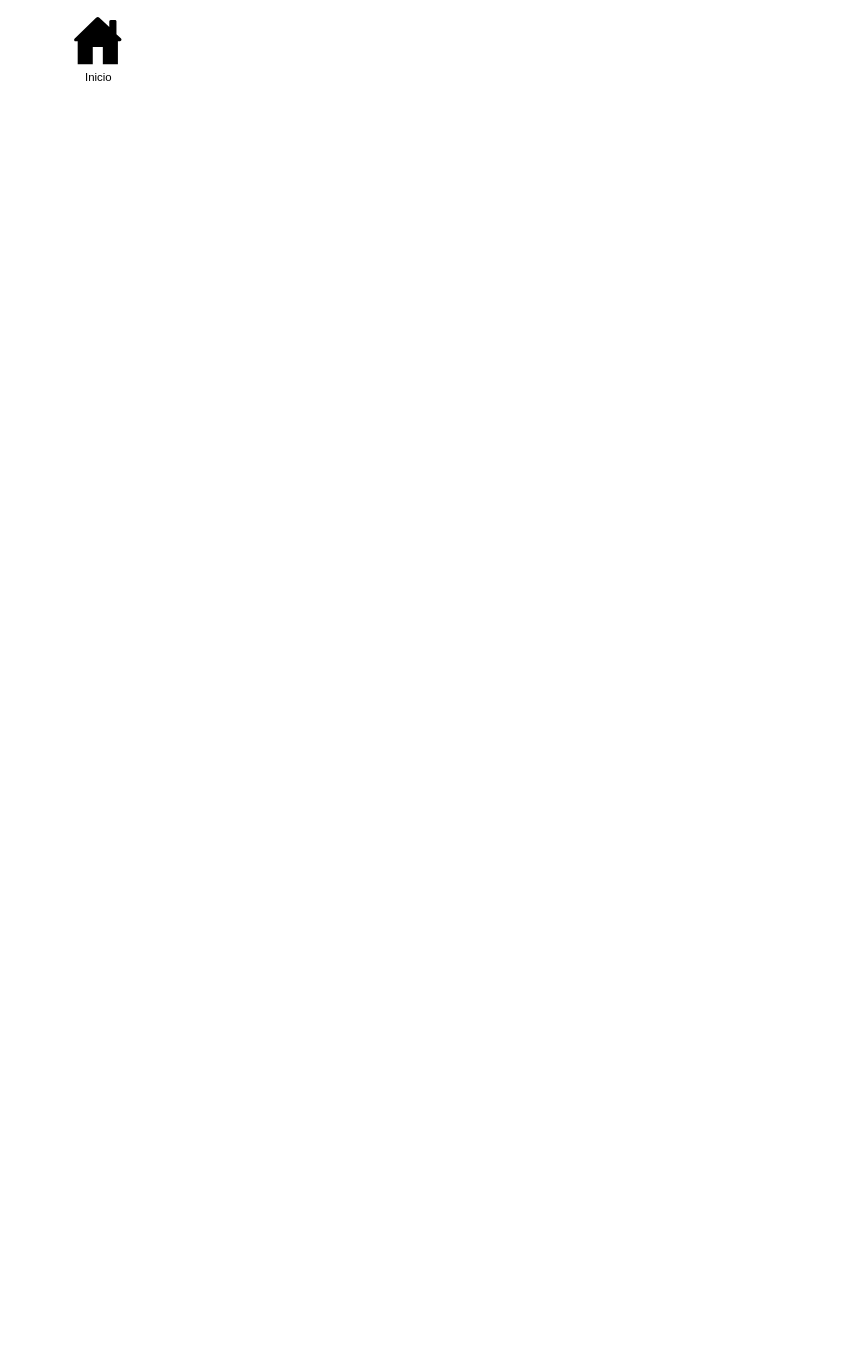
fenahurtado/flutist keeps this draw.io diagram as page "Proceso Comunicaciones" (4 of 12) of code_diagram.drawio. Above is the earlier version. Source tidied: cells renumbered, new cells numbered last; positions are measured from the earlier drawing's top-left corner, leaving out a move shared by most shapes. Both pictures are drawn from the tidied source at 95%, with x=0, y=0 at pixel (73, 16).
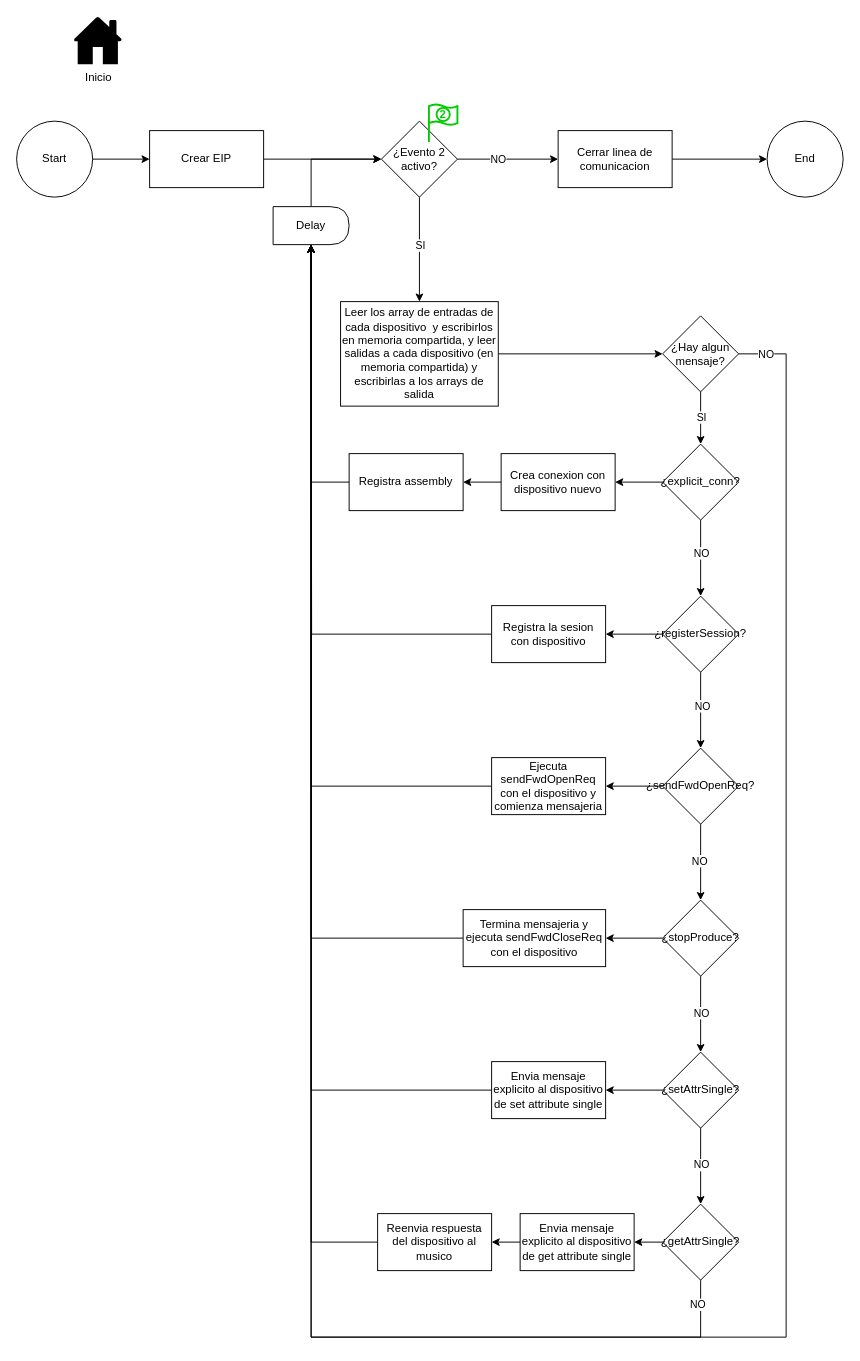
Above is the later version.

Change to the diagram source:
```diff
@@
+    <mxCell id="3" style="edgeStyle=orthogonalEdgeStyle;rounded=0;jettySize=auto;html=1;exitX=1;exitY=0.5;exitDx=0;exitDy=0;entryX=0;entryY=0.5;entryDx=0;entryDy=0;" parent="1" edge="1" source="4" target="11">
+      <mxGeometry relative="1" as="geometry" />
+    </mxCell>
+    <mxCell id="4" value="Crear EIP" style="rounded=0;whiteSpace=wrap;html=1;" parent="1" vertex="1">
+      <mxGeometry x="80" y="120" width="120" height="60" as="geometry" />
+    </mxCell>
+    <mxCell id="5" style="edgeStyle=orthogonalEdgeStyle;rounded=0;jettySize=auto;html=1;exitX=1;exitY=0.5;exitDx=0;exitDy=0;entryX=0;entryY=0.5;entryDx=0;entryDy=0;" parent="1" edge="1" source="6" target="4">
+      <mxGeometry relative="1" as="geometry" />
+    </mxCell>
+    <mxCell id="6" value="Start" style="ellipse;whiteSpace=wrap;html=1;" parent="1" vertex="1">
+      <mxGeometry x="-60" y="110" width="80" height="80" as="geometry" />
+    </mxCell>
+    <mxCell id="7" style="edgeStyle=orthogonalEdgeStyle;rounded=0;jettySize=auto;html=1;" parent="1" edge="1" source="11" target="16">
+      <mxGeometry relative="1" as="geometry" />
+    </mxCell>
+    <mxCell id="8" value="NO" style="edgeLabel;html=1;align=center;verticalAlign=middle;" parent="7" vertex="1">
+      <mxGeometry x="-0.21" relative="1" as="geometry" />
+    </mxCell>
+    <mxCell id="9" style="edgeStyle=orthogonalEdgeStyle;rounded=0;jettySize=auto;html=1;" parent="1" edge="1" source="11" target="30">
+      <mxGeometry relative="1" as="geometry" />
+    </mxCell>
+    <mxCell id="10" value="SI" style="edgeLabel;html=1;align=center;verticalAlign=middle;" parent="9" vertex="1">
+      <mxGeometry x="-0.09" y="3" relative="1" as="geometry">
+        <mxPoint x="-3" as="offset" />
+      </mxGeometry>
+    </mxCell>
+    <mxCell id="11" value="¿Evento 2 activo?" style="rhombus;whiteSpace=wrap;html=1;rounded=0;" parent="1" vertex="1">
+      <mxGeometry x="324" y="110" width="80" height="80" as="geometry" />
+    </mxCell>
+    <mxCell id="12" style="group;" parent="1" vertex="1">
+      <mxGeometry x="374" y="92" width="30" height="40" as="geometry" />
+    </mxCell>
+    <mxCell id="13" style="html=1;verticalLabelPosition=bottom;align=center;labelBackgroundColor=#ffffff;verticalAlign=top;strokeWidth=2;strokeColor=#00CC00;shadow=0;dashed=0;shape=mxgraph.ios7.icons.flag;" parent="12" vertex="1">
+      <mxGeometry width="30" height="40" as="geometry" />
+    </mxCell>
+    <mxCell id="14" value="2" style="ellipse;whiteSpace=wrap;html=1;strokeWidth=2;strokeColor=#00CC00;fontSize=12;fontColor=#00CC00;fontStyle=1;" parent="12" vertex="1">
+      <mxGeometry x="8" y="4" width="14" height="14" as="geometry" />
+    </mxCell>
+    <mxCell id="15" style="edgeStyle=orthogonalEdgeStyle;rounded=0;jettySize=auto;html=1;" parent="1" edge="1" source="16" target="17">
+      <mxGeometry relative="1" as="geometry" />
+    </mxCell>
+    <mxCell id="16" value="Cerrar linea de comunicacion" style="whiteSpace=wrap;html=1;rounded=0;" parent="1" vertex="1">
+      <mxGeometry x="510" y="120" width="120" height="60" as="geometry" />
+    </mxCell>
+    <mxCell id="17" value="End" style="ellipse;whiteSpace=wrap;html=1;rounded=0;" parent="1" vertex="1">
+      <mxGeometry x="730" y="110" width="80" height="80" as="geometry" />
+    </mxCell>
+    <mxCell id="18" style="edgeStyle=orthogonalEdgeStyle;rounded=0;jettySize=auto;html=1;" parent="1" edge="1" source="22" target="26">
+      <mxGeometry relative="1" as="geometry" />
+    </mxCell>
+    <mxCell id="19" value="SI" style="edgeLabel;html=1;align=center;verticalAlign=middle;" parent="18" vertex="1">
+      <mxGeometry x="-0.21" y="-6" relative="1" as="geometry">
+        <mxPoint x="6" y="4" as="offset" />
+      </mxGeometry>
+    </mxCell>
+    <mxCell id="20" style="edgeStyle=orthogonalEdgeStyle;rounded=0;jettySize=auto;html=1;exitX=1;exitY=0.5;exitDx=0;exitDy=0;entryX=0.5;entryY=1;entryDx=0;entryDy=0;entryPerimeter=0;" parent="1" edge="1" source="22" target="28">
+      <mxGeometry relative="1" as="geometry">
+        <Array as="points">
+          <mxPoint x="750" y="355" />
+          <mxPoint x="750" y="1390" />
+          <mxPoint x="250" y="1390" />
+        </Array>
+      </mxGeometry>
+    </mxCell>
+    <mxCell id="21" value="NO" style="edgeLabel;html=1;align=center;verticalAlign=middle;" parent="20" vertex="1">
+      <mxGeometry x="-0.97" y="1" relative="1" as="geometry">
+        <mxPoint x="-13" y="1" as="offset" />
+      </mxGeometry>
+    </mxCell>
+    <mxCell id="22" value="¿Hay algun mensaje?" style="rhombus;whiteSpace=wrap;html=1;rounded=0;" parent="1" vertex="1">
+      <mxGeometry x="620" y="315" width="80" height="80" as="geometry" />
+    </mxCell>
+    <mxCell id="23" style="edgeStyle=orthogonalEdgeStyle;rounded=0;jettySize=auto;html=1;" parent="1" edge="1" source="26" target="34">
+      <mxGeometry relative="1" as="geometry" />
+    </mxCell>
+    <mxCell id="24" value="NO" style="edgeLabel;html=1;align=center;verticalAlign=middle;" parent="23" vertex="1">
+      <mxGeometry x="-0.15" relative="1" as="geometry" />
+    </mxCell>
+    <mxCell id="25" style="edgeStyle=orthogonalEdgeStyle;rounded=0;jettySize=auto;html=1;" parent="1" edge="1" source="26" target="52">
+      <mxGeometry relative="1" as="geometry" />
+    </mxCell>
+    <mxCell id="26" value="¿explicit_conn&lt;span style=&quot;background-color: initial;&quot;&gt;?&lt;/span&gt;" style="rhombus;whiteSpace=wrap;html=1;rounded=0;" parent="1" vertex="1">
+      <mxGeometry x="620" y="450" width="80" height="80" as="geometry" />
+    </mxCell>
+    <mxCell id="27" style="edgeStyle=orthogonalEdgeStyle;rounded=0;jettySize=auto;html=1;exitX=0.5;exitY=0;exitDx=0;exitDy=0;exitPerimeter=0;entryX=0;entryY=0.5;entryDx=0;entryDy=0;" parent="1" edge="1" source="28" target="11">
+      <mxGeometry relative="1" as="geometry" />
+    </mxCell>
+    <mxCell id="28" value="Delay" style="shape=delay;whiteSpace=wrap;html=1;points=[[0,0,0,0,0],[0,0.25,0,0,0],[0,0.5,0,0,0],[0,0.75,0,0,0],[0,1,0,0,0],[0.25,0,0,0,0],[0.25,1,0,0,0],[0.5,0,0,0,0],[0.5,1,0,0,0],[1,0.5,0,0,0]];" parent="1" vertex="1">
+      <mxGeometry x="210" y="200" width="80" height="40" as="geometry" />
+    </mxCell>
+    <mxCell id="29" style="edgeStyle=orthogonalEdgeStyle;rounded=0;jettySize=auto;html=1;exitX=1;exitY=0.5;exitDx=0;exitDy=0;entryX=0;entryY=0.5;entryDx=0;entryDy=0;" parent="1" edge="1" source="30" target="22">
+      <mxGeometry relative="1" as="geometry" />
+    </mxCell>
+    <mxCell id="30" value="Leer los array de entradas de cada dispositivo&amp;nbsp; y escribirlos en memoria compartida, y leer salidas a cada dispositivo (en memoria compartida) y escribirlas a los arrays de salida" style="whiteSpace=wrap;html=1;rounded=0;" parent="1" vertex="1">
+      <mxGeometry x="281" y="300" width="166" height="110" as="geometry" />
+    </mxCell>
+    <mxCell id="31" style="edgeStyle=orthogonalEdgeStyle;rounded=0;jettySize=auto;html=1;" parent="1" edge="1" source="34" target="38">
+      <mxGeometry relative="1" as="geometry" />
+    </mxCell>
+    <mxCell id="32" value="NO" style="edgeLabel;html=1;align=center;verticalAlign=middle;" parent="31" vertex="1">
+      <mxGeometry x="-0.12" y="1" relative="1" as="geometry" />
+    </mxCell>
+    <mxCell id="33" style="edgeStyle=orthogonalEdgeStyle;rounded=0;jettySize=auto;html=1;" parent="1" edge="1" source="34" target="56">
+      <mxGeometry relative="1" as="geometry" />
+    </mxCell>
+    <mxCell id="34" value="¿registerSession&lt;span style=&quot;background-color: initial;&quot;&gt;?&lt;/span&gt;" style="rhombus;whiteSpace=wrap;html=1;rounded=0;" parent="1" vertex="1">
+      <mxGeometry x="620" y="610" width="80" height="80" as="geometry" />
+    </mxCell>
+    <mxCell id="35" style="edgeStyle=orthogonalEdgeStyle;rounded=0;jettySize=auto;html=1;" parent="1" edge="1" source="38" target="42">
+      <mxGeometry relative="1" as="geometry" />
+    </mxCell>
+    <mxCell id="36" value="NO" style="edgeLabel;html=1;align=center;verticalAlign=middle;" parent="35" vertex="1">
+      <mxGeometry x="-0.04" y="-2" relative="1" as="geometry" />
+    </mxCell>
+    <mxCell id="37" style="edgeStyle=orthogonalEdgeStyle;rounded=0;jettySize=auto;html=1;" parent="1" edge="1" source="38" target="58">
+      <mxGeometry relative="1" as="geometry" />
+    </mxCell>
+    <mxCell id="38" value="¿sendFwdOpenReq&lt;span style=&quot;background-color: initial;&quot;&gt;?&lt;/span&gt;" style="rhombus;whiteSpace=wrap;html=1;rounded=0;" parent="1" vertex="1">
+      <mxGeometry x="620" y="770" width="80" height="80" as="geometry" />
+    </mxCell>
+    <mxCell id="39" style="edgeStyle=orthogonalEdgeStyle;rounded=0;jettySize=auto;html=1;" parent="1" edge="1" source="42" target="46">
+      <mxGeometry relative="1" as="geometry" />
+    </mxCell>
+    <mxCell id="40" value="NO" style="edgeLabel;html=1;align=center;verticalAlign=middle;" parent="39" vertex="1">
+      <mxGeometry x="-0.04" relative="1" as="geometry" />
+    </mxCell>
+    <mxCell id="41" style="edgeStyle=orthogonalEdgeStyle;rounded=0;jettySize=auto;html=1;" parent="1" edge="1" source="42" target="60">
+      <mxGeometry relative="1" as="geometry" />
+    </mxCell>
+    <mxCell id="42" value="¿stopProduce&lt;span style=&quot;background-color: initial;&quot;&gt;?&lt;/span&gt;" style="rhombus;whiteSpace=wrap;html=1;rounded=0;" parent="1" vertex="1">
+      <mxGeometry x="620" y="930" width="80" height="80" as="geometry" />
+    </mxCell>
+    <mxCell id="43" style="edgeStyle=orthogonalEdgeStyle;rounded=0;jettySize=auto;html=1;" parent="1" edge="1" source="46" target="50">
+      <mxGeometry relative="1" as="geometry" />
+    </mxCell>
+    <mxCell id="44" value="NO" style="edgeLabel;html=1;align=center;verticalAlign=middle;" parent="43" vertex="1">
+      <mxGeometry x="-0.06" relative="1" as="geometry" />
+    </mxCell>
+    <mxCell id="45" style="edgeStyle=orthogonalEdgeStyle;rounded=0;jettySize=auto;html=1;" parent="1" edge="1" source="46" target="62">
+      <mxGeometry relative="1" as="geometry" />
+    </mxCell>
+    <mxCell id="46" value="¿setAttrSingle&lt;span style=&quot;background-color: initial;&quot;&gt;?&lt;/span&gt;" style="rhombus;whiteSpace=wrap;html=1;rounded=0;" parent="1" vertex="1">
+      <mxGeometry x="620" y="1090" width="80" height="80" as="geometry" />
+    </mxCell>
+    <mxCell id="47" style="edgeStyle=orthogonalEdgeStyle;rounded=0;jettySize=auto;html=1;exitX=0.5;exitY=1;exitDx=0;exitDy=0;entryX=0.5;entryY=1;entryDx=0;entryDy=0;entryPerimeter=0;" parent="1" edge="1" source="50" target="28">
+      <mxGeometry relative="1" as="geometry">
+        <Array as="points">
+          <mxPoint x="660" y="1390" />
+          <mxPoint x="250" y="1390" />
+        </Array>
+      </mxGeometry>
+    </mxCell>
+    <mxCell id="48" value="NO" style="edgeLabel;html=1;align=center;verticalAlign=middle;" parent="47" vertex="1">
+      <mxGeometry x="-0.97" y="-4" relative="1" as="geometry">
+        <mxPoint y="1" as="offset" />
+      </mxGeometry>
+    </mxCell>
+    <mxCell id="49" style="edgeStyle=orthogonalEdgeStyle;rounded=0;jettySize=auto;html=1;exitX=0;exitY=0.5;exitDx=0;exitDy=0;entryX=1;entryY=0.5;entryDx=0;entryDy=0;" parent="1" edge="1" source="50" target="64">
+      <mxGeometry relative="1" as="geometry" />
+    </mxCell>
+    <mxCell id="50" value="¿getAttrSingle&lt;span style=&quot;background-color: initial;&quot;&gt;?&lt;/span&gt;" style="rhombus;whiteSpace=wrap;html=1;rounded=0;" parent="1" vertex="1">
+      <mxGeometry x="620" y="1250" width="80" height="80" as="geometry" />
+    </mxCell>
+    <mxCell id="51" style="edgeStyle=orthogonalEdgeStyle;rounded=0;jettySize=auto;html=1;" parent="1" edge="1" source="52" target="54">
+      <mxGeometry relative="1" as="geometry" />
+    </mxCell>
+    <mxCell id="52" value="Crea conexion con dispositivo nuevo" style="whiteSpace=wrap;html=1;rounded=0;" parent="1" vertex="1">
+      <mxGeometry x="450" y="460" width="120" height="60" as="geometry" />
+    </mxCell>
+    <mxCell id="53" style="edgeStyle=orthogonalEdgeStyle;rounded=0;jettySize=auto;html=1;exitX=0;exitY=0.5;exitDx=0;exitDy=0;entryX=0.5;entryY=1;entryDx=0;entryDy=0;entryPerimeter=0;" parent="1" edge="1" source="54" target="28">
+      <mxGeometry relative="1" as="geometry" />
+    </mxCell>
+    <mxCell id="54" value="Registra assembly" style="whiteSpace=wrap;html=1;rounded=0;" parent="1" vertex="1">
+      <mxGeometry x="290" y="460" width="120" height="60" as="geometry" />
+    </mxCell>
+    <mxCell id="55" style="edgeStyle=orthogonalEdgeStyle;rounded=0;jettySize=auto;html=1;exitX=0;exitY=0.5;exitDx=0;exitDy=0;" parent="1" edge="1" source="56">
+      <mxGeometry relative="1" as="geometry">
+        <mxPoint x="250" y="240" as="targetPoint" />
+      </mxGeometry>
+    </mxCell>
+    <mxCell id="56" value="Registra la sesion con dispositivo" style="whiteSpace=wrap;html=1;rounded=0;" parent="1" vertex="1">
+      <mxGeometry x="440" y="620" width="120" height="60" as="geometry" />
+    </mxCell>
+    <mxCell id="57" style="edgeStyle=orthogonalEdgeStyle;rounded=0;jettySize=auto;html=1;exitX=0;exitY=0.5;exitDx=0;exitDy=0;entryX=0.5;entryY=1;entryDx=0;entryDy=0;entryPerimeter=0;" parent="1" edge="1" source="58" target="28">
+      <mxGeometry relative="1" as="geometry" />
+    </mxCell>
+    <mxCell id="58" value="Ejecuta sendFwdOpenReq con el dispositivo y comienza mensajeria" style="whiteSpace=wrap;html=1;rounded=0;" parent="1" vertex="1">
+      <mxGeometry x="440" y="780" width="120" height="60" as="geometry" />
+    </mxCell>
+    <mxCell id="59" style="edgeStyle=orthogonalEdgeStyle;rounded=0;jettySize=auto;html=1;exitX=0;exitY=0.5;exitDx=0;exitDy=0;entryX=0.5;entryY=1;entryDx=0;entryDy=0;entryPerimeter=0;" parent="1" edge="1" source="60" target="28">
+      <mxGeometry relative="1" as="geometry" />
+    </mxCell>
+    <mxCell id="60" value="Termina mensajeria y ejecuta&amp;nbsp;sendFwdCloseReq con el dispositivo" style="whiteSpace=wrap;html=1;rounded=0;" parent="1" vertex="1">
+      <mxGeometry x="410" y="940" width="150" height="60" as="geometry" />
+    </mxCell>
+    <mxCell id="61" style="edgeStyle=orthogonalEdgeStyle;rounded=0;jettySize=auto;html=1;exitX=0;exitY=0.5;exitDx=0;exitDy=0;entryX=0.5;entryY=1;entryDx=0;entryDy=0;entryPerimeter=0;" parent="1" edge="1" source="62" target="28">
+      <mxGeometry relative="1" as="geometry" />
+    </mxCell>
+    <mxCell id="62" value="Envia mensaje explicito al dispositivo de set attribute single" style="whiteSpace=wrap;html=1;rounded=0;" parent="1" vertex="1">
+      <mxGeometry x="440" y="1100" width="120" height="60" as="geometry" />
+    </mxCell>
+    <mxCell id="63" style="edgeStyle=orthogonalEdgeStyle;rounded=0;jettySize=auto;html=1;exitX=0;exitY=0.5;exitDx=0;exitDy=0;entryX=1;entryY=0.5;entryDx=0;entryDy=0;" parent="1" edge="1" source="64" target="66">
+      <mxGeometry relative="1" as="geometry" />
+    </mxCell>
+    <mxCell id="64" value="Envia mensaje explicito al dispositivo de get attribute single" style="whiteSpace=wrap;html=1;rounded=0;" parent="1" vertex="1">
+      <mxGeometry x="470" y="1260" width="120" height="60" as="geometry" />
+    </mxCell>
+    <mxCell id="65" style="edgeStyle=orthogonalEdgeStyle;rounded=0;jettySize=auto;html=1;exitX=0;exitY=0.5;exitDx=0;exitDy=0;entryX=0.5;entryY=1;entryDx=0;entryDy=0;entryPerimeter=0;" parent="1" edge="1" source="66" target="28">
+      <mxGeometry relative="1" as="geometry" />
+    </mxCell>
+    <mxCell id="66" value="Reenvia respuesta del dispositivo al musico" style="whiteSpace=wrap;html=1;rounded=0;" parent="1" vertex="1">
+      <mxGeometry x="320" y="1260" width="120" height="60" as="geometry" />
+    </mxCell>
```
